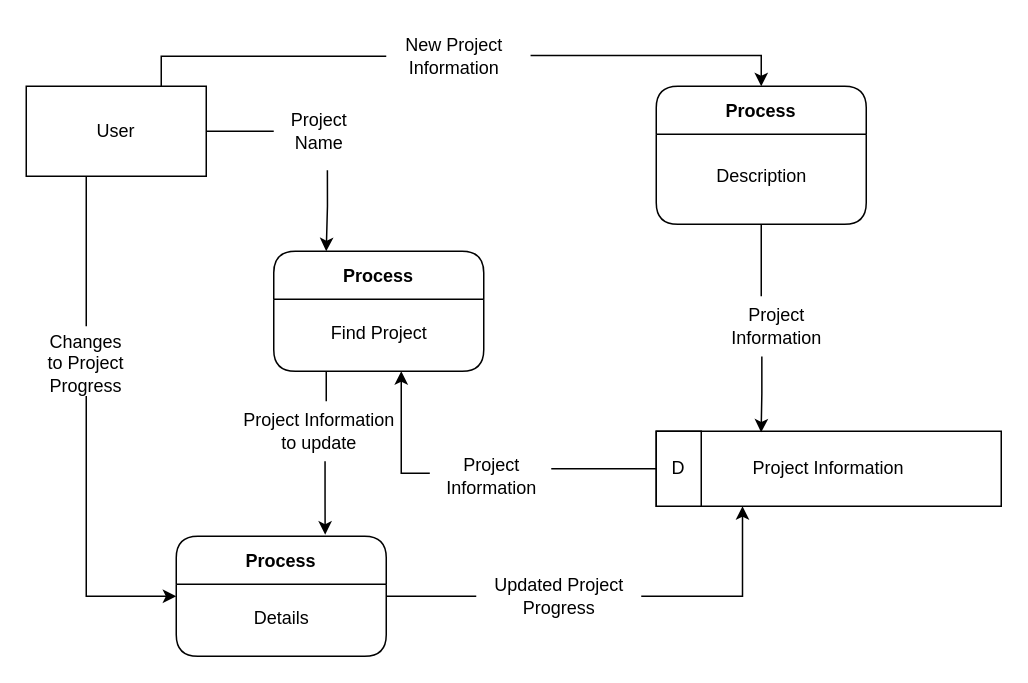
This is page "(1) Project Management" (2 of 7) of CodePheus-DFD.drawio from pyLuna/Total-Fire-Safety, a draw.io file, before an edit. Source tidied: cells renumbered, new cells numbered last; positions are measured from the earlier drawing's top-left corner, leaving out a move shared by most shapes. Both pictures are drawn from the tidied source at 150%, with x=0, y=0 at pixel (26, 26).
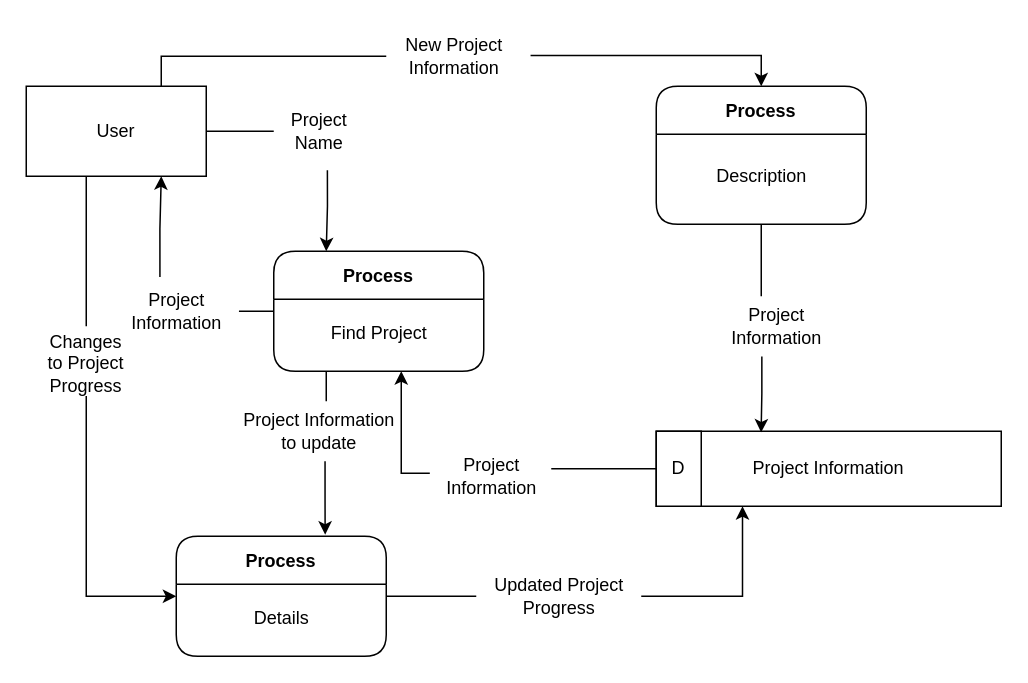
The same diagram, later.

The change refers to these unchanged cells:
```xml
<mxCell id="5" value="User" style="rounded=0;whiteSpace=wrap;html=1;labelBackgroundColor=#FFFFFF;" parent="1" vertex="1">
  <mxGeometry y="40" width="120" height="60" as="geometry" />
</mxCell>
<mxCell id="15" value="Process" style="swimlane;rounded=1;startSize=32;labelBackgroundColor=#FFFFFF;" parent="1" vertex="1">
  <mxGeometry x="165" y="150" width="140" height="80" as="geometry" />
</mxCell>
```

What changed in the source:
```diff
@@
+    <mxCell id="33" style="edgeStyle=orthogonalEdgeStyle;rounded=0;jettySize=auto;html=1;exitX=0.364;exitY=-0.071;exitDx=0;exitDy=0;entryX=0.75;entryY=1;entryDx=0;entryDy=0;startArrow=none;exitPerimeter=0;" parent="1" edge="1" source="34" target="5">
+      <mxGeometry relative="1" as="geometry" />
+    </mxCell>
@@
+    <mxCell id="34" value="Project&lt;br&gt;Information" style="text;html=1;align=center;verticalAlign=middle;points=[];strokeColor=none;fillColor=none;" parent="1" vertex="1">
+      <mxGeometry x="60" y="170" width="80" height="40" as="geometry" />
+    </mxCell>
+    <mxCell id="35" style="edgeStyle=orthogonalEdgeStyle;rounded=0;jettySize=auto;html=1;exitX=0;exitY=0.5;exitDx=0;exitDy=0;entryX=1.023;entryY=0.505;entryDx=0;entryDy=0;endArrow=none;entryPerimeter=0;" parent="1" edge="1" source="15" target="34">
+      <mxGeometry relative="1" as="geometry" />
+    </mxCell>
```
